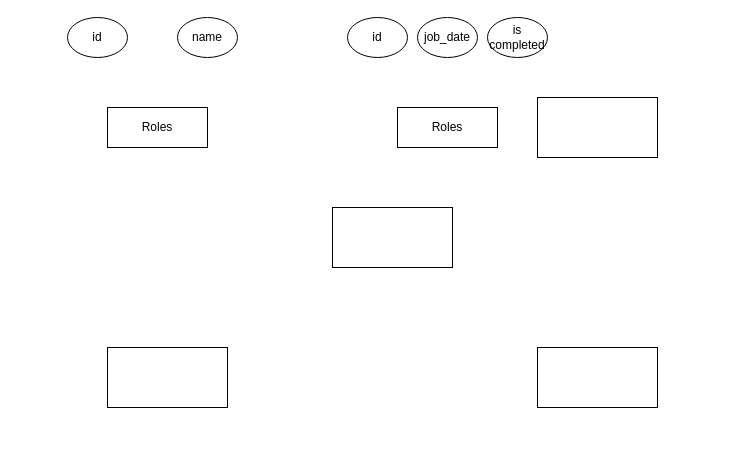
Earlier version of the draw.io diagram Untitled Diagram.drawio (HosamElian/twitter-bot). Source tidied: cells renumbered, new cells numbered last; positions are measured from the earlier drawing's top-left corner, leaving out a move shared by most shapes. Both pictures are drawn from the tidied source at 100%, with x=0, y=0 at pixel (67, 17).
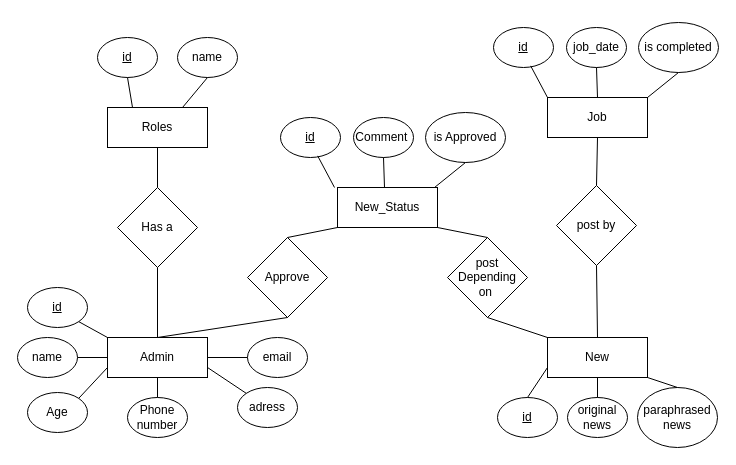
The same diagram, later.

The change refers to these unchanged cells:
```xml
<mxCell id="4" value="Roles" style="rounded=0;whiteSpace=wrap;html=1;" parent="1" vertex="1">
  <mxGeometry x="40" y="90" width="100" height="40" as="geometry" />
</mxCell>
```

Change to the diagram source:
```diff
@@
-    <mxCell id="2" style="rounded=0;whiteSpace=wrap;html=1;" parent="1" vertex="1">
-      <mxGeometry x="470" y="330" width="120" height="60" as="geometry" />
-    </mxCell>
-    <mxCell id="3" style="rounded=0;whiteSpace=wrap;html=1;" parent="1" vertex="1">
-      <mxGeometry x="470" y="80" width="120" height="60" as="geometry" />
-    </mxCell>
@@
-    <mxCell id="5" style="rounded=0;whiteSpace=wrap;html=1;" parent="1" vertex="1">
-      <mxGeometry x="40" y="330" width="120" height="60" as="geometry" />
-    </mxCell>
-    <mxCell id="6" style="rounded=0;whiteSpace=wrap;html=1;" parent="1" vertex="1">
-      <mxGeometry x="265" y="190" width="120" height="60" as="geometry" />
-    </mxCell>
-    <mxCell id="7" value="id" style="ellipse;whiteSpace=wrap;html=1;" parent="1" vertex="1">
-      <mxGeometry width="60" height="40" as="geometry" />
+    <mxCell id="7" value="&lt;u&gt;id&lt;/u&gt;" style="ellipse;whiteSpace=wrap;html=1;" parent="1" vertex="1">
+      <mxGeometry x="-40" y="270" width="60" height="40" as="geometry" />
     </mxCell>
     <mxCell id="8" value="name" style="ellipse;whiteSpace=wrap;html=1;" parent="1" vertex="1">
-      <mxGeometry x="110" width="60" height="40" as="geometry" />
+      <mxGeometry x="-50" y="320" width="60" height="40" as="geometry" />
     </mxCell>
     <mxCell id="9" value="is completed" style="ellipse;whiteSpace=wrap;html=1;" parent="1" vertex="1">
-      <mxGeometry x="420" width="60" height="40" as="geometry" />
+      <mxGeometry x="571" y="5" width="80" height="50" as="geometry" />
     </mxCell>
-    <mxCell id="10" value="id" style="ellipse;whiteSpace=wrap;html=1;" parent="1" vertex="1">
-      <mxGeometry x="280" width="60" height="40" as="geometry" />
+    <mxCell id="10" value="&lt;u&gt;id&lt;/u&gt;" style="ellipse;whiteSpace=wrap;html=1;" parent="1" vertex="1">
+      <mxGeometry x="426" y="10" width="60" height="40" as="geometry" />
     </mxCell>
-    <mxCell id="11" value="Roles" style="rounded=0;whiteSpace=wrap;html=1;" parent="1" vertex="1">
-      <mxGeometry x="330" y="90" width="100" height="40" as="geometry" />
+    <mxCell id="11" value="Job" style="rounded=0;whiteSpace=wrap;html=1;" parent="1" vertex="1">
+      <mxGeometry x="480" y="80" width="100" height="40" as="geometry" />
     </mxCell>
     <mxCell id="12" value="job_date" style="ellipse;whiteSpace=wrap;html=1;" parent="1" vertex="1">
-      <mxGeometry x="350" width="60" height="40" as="geometry" />
+      <mxGeometry x="499" y="10" width="60" height="40" as="geometry" />
     </mxCell>
+    <mxCell id="13" value="New" style="rounded=0;whiteSpace=wrap;html=1;" parent="1" vertex="1">
+      <mxGeometry x="480" y="320" width="100" height="40" as="geometry" />
+    </mxCell>
+    <mxCell id="14" value="Admin" style="rounded=0;whiteSpace=wrap;html=1;" parent="1" vertex="1">
+      <mxGeometry x="40" y="320" width="100" height="40" as="geometry" />
+    </mxCell>
+    <mxCell id="15" value="&lt;u&gt;id&lt;/u&gt;" style="ellipse;whiteSpace=wrap;html=1;" parent="1" vertex="1">
+      <mxGeometry x="430" y="380" width="60" height="40" as="geometry" />
+    </mxCell>
+    <mxCell id="16" value="original news" style="ellipse;whiteSpace=wrap;html=1;" parent="1" vertex="1">
+      <mxGeometry x="500" y="380" width="60" height="40" as="geometry" />
+    </mxCell>
+    <mxCell id="17" value="paraphrased news" style="ellipse;whiteSpace=wrap;html=1;" parent="1" vertex="1">
+      <mxGeometry x="570" y="370" width="80" height="60" as="geometry" />
+    </mxCell>
+    <mxCell id="18" value="New_Status" style="rounded=0;whiteSpace=wrap;html=1;" parent="1" vertex="1">
+      <mxGeometry x="270" y="170" width="100" height="40" as="geometry" />
+    </mxCell>
+    <mxCell id="19" value="Has a" style="rhombus;whiteSpace=wrap;html=1;" parent="1" vertex="1">
+      <mxGeometry x="50" y="170" width="80" height="80" as="geometry" />
+    </mxCell>
+    <mxCell id="20" value="post by" style="rhombus;whiteSpace=wrap;html=1;" parent="1" vertex="1">
+      <mxGeometry x="489" y="168" width="80" height="80" as="geometry" />
+    </mxCell>
+    <mxCell id="21" value="adress" style="ellipse;whiteSpace=wrap;html=1;" parent="1" vertex="1">
+      <mxGeometry x="170" y="370" width="60" height="40" as="geometry" />
+    </mxCell>
+    <mxCell id="22" value="email" style="ellipse;whiteSpace=wrap;html=1;" parent="1" vertex="1">
+      <mxGeometry x="180" y="320" width="60" height="40" as="geometry" />
+    </mxCell>
+    <mxCell id="23" value="Phone number" style="ellipse;whiteSpace=wrap;html=1;" parent="1" vertex="1">
+      <mxGeometry x="60" y="380" width="60" height="40" as="geometry" />
+    </mxCell>
+    <mxCell id="24" value="Age" style="ellipse;whiteSpace=wrap;html=1;" parent="1" vertex="1">
+      <mxGeometry x="-40" y="375" width="60" height="40" as="geometry" />
+    </mxCell>
+    <mxCell id="25" value="&lt;u&gt;id&lt;/u&gt;" style="ellipse;whiteSpace=wrap;html=1;" parent="1" vertex="1">
+      <mxGeometry x="30" y="20" width="60" height="40" as="geometry" />
+    </mxCell>
+    <mxCell id="26" value="name" style="ellipse;whiteSpace=wrap;html=1;" parent="1" vertex="1">
+      <mxGeometry x="110" y="20" width="60" height="40" as="geometry" />
+    </mxCell>
+    <mxCell id="27" style="endArrow=none;html=1;rounded=0;exitX=1;exitY=0.5;exitDx=0;exitDy=0;entryX=0;entryY=0.5;entryDx=0;entryDy=0;" parent="1" edge="1" source="14" target="22">
+      <mxGeometry relative="1" as="geometry" />
+    </mxCell>
+    <mxCell id="28" style="endArrow=none;html=1;rounded=0;exitX=1;exitY=0.75;exitDx=0;exitDy=0;entryX=0;entryY=0;entryDx=0;entryDy=0;" parent="1" edge="1" source="14" target="21">
+      <mxGeometry relative="1" as="geometry" />
+    </mxCell>
+    <mxCell id="29" style="endArrow=none;html=1;rounded=0;exitX=0.5;exitY=1;exitDx=0;exitDy=0;" parent="1" edge="1" source="14" target="23">
+      <mxGeometry relative="1" as="geometry" />
+    </mxCell>
+    <mxCell id="30" style="endArrow=none;html=1;rounded=0;exitX=1;exitY=0.5;exitDx=0;exitDy=0;entryX=0;entryY=0.5;entryDx=0;entryDy=0;" parent="1" edge="1" source="8" target="14">
+      <mxGeometry relative="1" as="geometry" />
+    </mxCell>
+    <mxCell id="31" style="endArrow=none;html=1;rounded=0;exitX=1;exitY=1;exitDx=0;exitDy=0;entryX=0;entryY=0;entryDx=0;entryDy=0;" parent="1" edge="1" source="7" target="14">
+      <mxGeometry relative="1" as="geometry" />
+    </mxCell>
+    <mxCell id="32" style="endArrow=none;html=1;rounded=0;exitX=1;exitY=0;exitDx=0;exitDy=0;entryX=0;entryY=0.75;entryDx=0;entryDy=0;" parent="1" edge="1" source="24" target="14">
+      <mxGeometry relative="1" as="geometry" />
+    </mxCell>
+    <mxCell id="33" style="endArrow=none;html=1;rounded=0;exitX=0;exitY=0.75;exitDx=0;exitDy=0;entryX=0.5;entryY=0;entryDx=0;entryDy=0;" parent="1" edge="1" source="13" target="15">
+      <mxGeometry relative="1" as="geometry" />
+    </mxCell>
+    <mxCell id="34" style="endArrow=none;html=1;rounded=0;exitX=0.5;exitY=0;exitDx=0;exitDy=0;entryX=0.5;entryY=1;entryDx=0;entryDy=0;" parent="1" edge="1" source="16" target="13">
+      <mxGeometry relative="1" as="geometry" />
+    </mxCell>
+    <mxCell id="35" style="endArrow=none;html=1;rounded=0;exitX=1;exitY=1;exitDx=0;exitDy=0;entryX=0.5;entryY=0;entryDx=0;entryDy=0;" parent="1" edge="1" source="13" target="17">
+      <mxGeometry relative="1" as="geometry" />
+    </mxCell>
+    <mxCell id="36" style="endArrow=none;html=1;rounded=0;exitX=0.62;exitY=0.96;exitDx=0;exitDy=0;entryX=0;entryY=0;entryDx=0;entryDy=0;exitPerimeter=0;" parent="1" edge="1" source="10" target="11">
+      <mxGeometry relative="1" as="geometry" />
+    </mxCell>
+    <mxCell id="37" style="endArrow=none;html=1;rounded=0;exitX=0.5;exitY=0;exitDx=0;exitDy=0;entryX=0.5;entryY=1;entryDx=0;entryDy=0;" parent="1" edge="1" source="11" target="12">
+      <mxGeometry relative="1" as="geometry" />
+    </mxCell>
+    <mxCell id="38" style="endArrow=none;html=1;rounded=0;exitX=0.5;exitY=1;exitDx=0;exitDy=0;entryX=0.25;entryY=0;entryDx=0;entryDy=0;" parent="1" edge="1" source="25" target="4">
+      <mxGeometry relative="1" as="geometry" />
+    </mxCell>
+    <mxCell id="39" style="endArrow=none;html=1;rounded=0;exitX=0.75;exitY=0;exitDx=0;exitDy=0;entryX=0.5;entryY=1;entryDx=0;entryDy=0;" parent="1" edge="1" source="4" target="26">
+      <mxGeometry relative="1" as="geometry" />
+    </mxCell>
+    <mxCell id="40" style="endArrow=none;html=1;rounded=0;exitX=1;exitY=0;exitDx=0;exitDy=0;entryX=0.5;entryY=1;entryDx=0;entryDy=0;" parent="1" edge="1" source="11" target="9">
+      <mxGeometry relative="1" as="geometry" />
+    </mxCell>
+    <mxCell id="41" value="&lt;u&gt;id&lt;/u&gt;" style="ellipse;whiteSpace=wrap;html=1;" parent="1" vertex="1">
+      <mxGeometry x="213" y="100" width="60" height="40" as="geometry" />
+    </mxCell>
+    <mxCell id="42" value="Comment&amp;nbsp;" style="ellipse;whiteSpace=wrap;html=1;" parent="1" vertex="1">
+      <mxGeometry x="286" y="100" width="60" height="40" as="geometry" />
+    </mxCell>
+    <mxCell id="43" value="is Approved" style="ellipse;whiteSpace=wrap;html=1;" parent="1" vertex="1">
+      <mxGeometry x="358" y="95" width="80" height="50" as="geometry" />
+    </mxCell>
+    <mxCell id="44" style="endArrow=none;html=1;rounded=0;exitX=1;exitY=0;exitDx=0;exitDy=0;entryX=0.5;entryY=1;entryDx=0;entryDy=0;" parent="1" edge="1" target="43">
+      <mxGeometry relative="1" as="geometry">
+        <mxPoint x="367" y="170" as="sourcePoint" />
+      </mxGeometry>
+    </mxCell>
+    <mxCell id="45" style="endArrow=none;html=1;rounded=0;exitX=0.5;exitY=0;exitDx=0;exitDy=0;entryX=0.5;entryY=1;entryDx=0;entryDy=0;" parent="1" edge="1" target="42">
+      <mxGeometry relative="1" as="geometry">
+        <mxPoint x="317" y="170" as="sourcePoint" />
+      </mxGeometry>
+    </mxCell>
+    <mxCell id="46" style="endArrow=none;html=1;rounded=0;exitX=0.62;exitY=0.96;exitDx=0;exitDy=0;entryX=0;entryY=0;entryDx=0;entryDy=0;exitPerimeter=0;" parent="1" edge="1" source="41">
+      <mxGeometry relative="1" as="geometry">
+        <mxPoint x="267" y="170" as="targetPoint" />
+      </mxGeometry>
+    </mxCell>
+    <mxCell id="47" value="Approve" style="rhombus;whiteSpace=wrap;html=1;" parent="1" vertex="1">
+      <mxGeometry x="180" y="220" width="80" height="80" as="geometry" />
+    </mxCell>
+    <mxCell id="48" value="post Depending on&amp;nbsp;" style="rhombus;whiteSpace=wrap;html=1;" parent="1" vertex="1">
+      <mxGeometry x="380" y="220" width="80" height="80" as="geometry" />
+    </mxCell>
+    <mxCell id="49" style="endArrow=none;html=1;rounded=0;entryX=0;entryY=1;entryDx=0;entryDy=0;exitX=0.5;exitY=0;exitDx=0;exitDy=0;" parent="1" edge="1" source="47" target="18">
+      <mxGeometry relative="1" as="geometry" />
+    </mxCell>
+    <mxCell id="50" style="endArrow=none;html=1;rounded=0;entryX=0.5;entryY=1;entryDx=0;entryDy=0;exitX=0.5;exitY=0;exitDx=0;exitDy=0;" parent="1" edge="1" source="14" target="47">
+      <mxGeometry relative="1" as="geometry" />
+    </mxCell>
+    <mxCell id="51" style="endArrow=none;html=1;rounded=0;entryX=0.5;entryY=0;entryDx=0;entryDy=0;" parent="1" edge="1" source="19" target="14">
+      <mxGeometry relative="1" as="geometry" />
+    </mxCell>
+    <mxCell id="52" style="endArrow=none;html=1;rounded=0;exitX=0.5;exitY=1;exitDx=0;exitDy=0;" parent="1" edge="1" source="4" target="19">
+      <mxGeometry relative="1" as="geometry" />
+    </mxCell>
+    <mxCell id="53" style="endArrow=none;html=1;rounded=0;exitX=1;exitY=1;exitDx=0;exitDy=0;entryX=0.5;entryY=0;entryDx=0;entryDy=0;" parent="1" edge="1" source="18" target="48">
+      <mxGeometry relative="1" as="geometry" />
+    </mxCell>
+    <mxCell id="54" style="endArrow=none;html=1;rounded=0;entryX=0;entryY=0;entryDx=0;entryDy=0;exitX=0.5;exitY=1;exitDx=0;exitDy=0;" parent="1" edge="1" source="48" target="13">
+      <mxGeometry relative="1" as="geometry" />
+    </mxCell>
+    <mxCell id="55" style="endArrow=none;html=1;rounded=0;exitX=0.5;exitY=1;exitDx=0;exitDy=0;entryX=0.5;entryY=0;entryDx=0;entryDy=0;" parent="1" edge="1" source="20" target="13">
+      <mxGeometry relative="1" as="geometry" />
+    </mxCell>
+    <mxCell id="56" style="endArrow=none;html=1;rounded=0;entryX=0.5;entryY=1;entryDx=0;entryDy=0;exitX=0.5;exitY=0;exitDx=0;exitDy=0;" parent="1" edge="1" source="20" target="11">
+      <mxGeometry relative="1" as="geometry" />
+    </mxCell>
```
